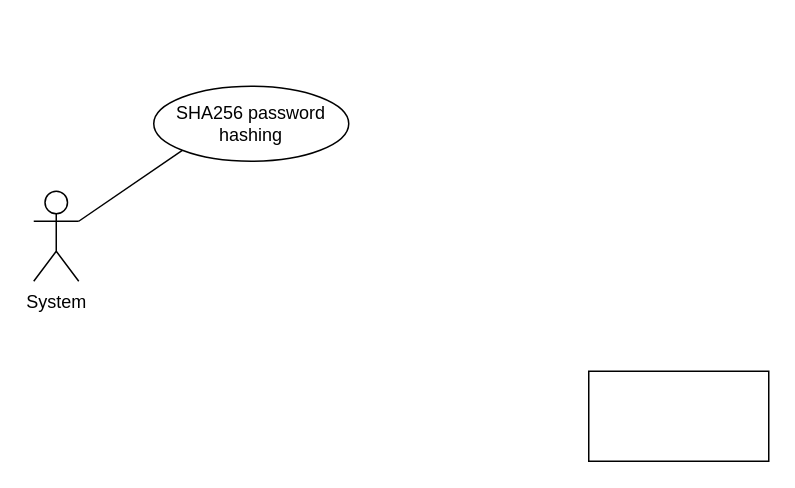
Earlier version of the draw.io diagram page "System" (5 of 5) of diagrams/UseCase.drawio (matthew-sliit/conferencemgtool). Source tidied: cells renumbered, new cells numbered last; positions are measured from the earlier drawing's top-left corner, leaving out a move shared by most shapes. Both pictures are drawn from the tidied source at 150%, with x=0, y=0 at pixel (33, 86).
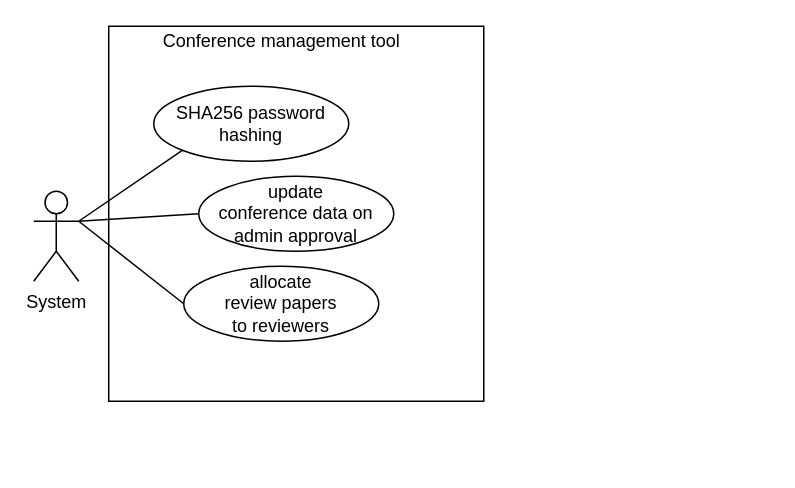
The same page after the edit.

Diff of the diagram source:
```diff
@@
 <mxGraphModel>
   <root>
     <mxCell id="0" />
     <mxCell id="1" parent="0" />
     <mxCell id="2" value="System" style="shape=umlActor;verticalLabelPosition=bottom;verticalAlign=top;html=1;outlineConnect=0;" parent="1" vertex="1">
       <mxGeometry y="70" width="30" height="60" as="geometry" />
     </mxCell>
     <mxCell id="3" style="rounded=0;whiteSpace=wrap;html=1;" parent="1" vertex="1">
-      <mxGeometry x="370" y="190" width="120" height="60" as="geometry" />
+      <mxGeometry x="50" y="-40" width="250" height="250" as="geometry" />
     </mxCell>
     <mxCell id="4" value="SHA256 password&lt;br&gt;hashing" style="ellipse;whiteSpace=wrap;html=1;" parent="1" vertex="1">
       <mxGeometry x="80" width="130" height="50" as="geometry" />
     </mxCell>
     <mxCell id="5" style="endArrow=none;html=1;entryX=0;entryY=1;entryDx=0;entryDy=0;exitX=1;exitY=0.3333333333333333;exitDx=0;exitDy=0;exitPerimeter=0;" parent="1" edge="1" source="2" target="4">
       <mxGeometry relative="1" as="geometry" />
     </mxCell>
+    <mxCell id="6" value="update &lt;br&gt;conference data on admin approval" style="ellipse;whiteSpace=wrap;html=1;" parent="1" vertex="1">
+      <mxGeometry x="110" y="60" width="130" height="50" as="geometry" />
+    </mxCell>
+    <mxCell id="7" style="endArrow=none;html=1;entryX=0;entryY=0.5;entryDx=0;entryDy=0;exitX=1;exitY=0.3333333333333333;exitDx=0;exitDy=0;exitPerimeter=0;" parent="1" edge="1" source="2" target="6">
+      <mxGeometry relative="1" as="geometry" />
+    </mxCell>
+    <mxCell id="8" style="endArrow=none;html=1;entryX=0;entryY=0.5;entryDx=0;entryDy=0;exitX=1;exitY=0.3333333333333333;exitDx=0;exitDy=0;exitPerimeter=0;" parent="1" edge="1" source="2" target="9">
+      <mxGeometry relative="1" as="geometry" />
+    </mxCell>
+    <mxCell id="9" value="allocate &lt;br&gt;review papers&lt;br&gt;to reviewers" style="ellipse;whiteSpace=wrap;html=1;" parent="1" vertex="1">
+      <mxGeometry x="100" y="120" width="130" height="50" as="geometry" />
+    </mxCell>
+    <mxCell id="10" value="Conference management tool" style="text;html=1;align=center;verticalAlign=middle;strokeColor=none;" parent="1" vertex="1">
+      <mxGeometry x="80" y="-40" width="170" height="20" as="geometry" />
+    </mxCell>
   </root>
 </mxGraphModel>
```
